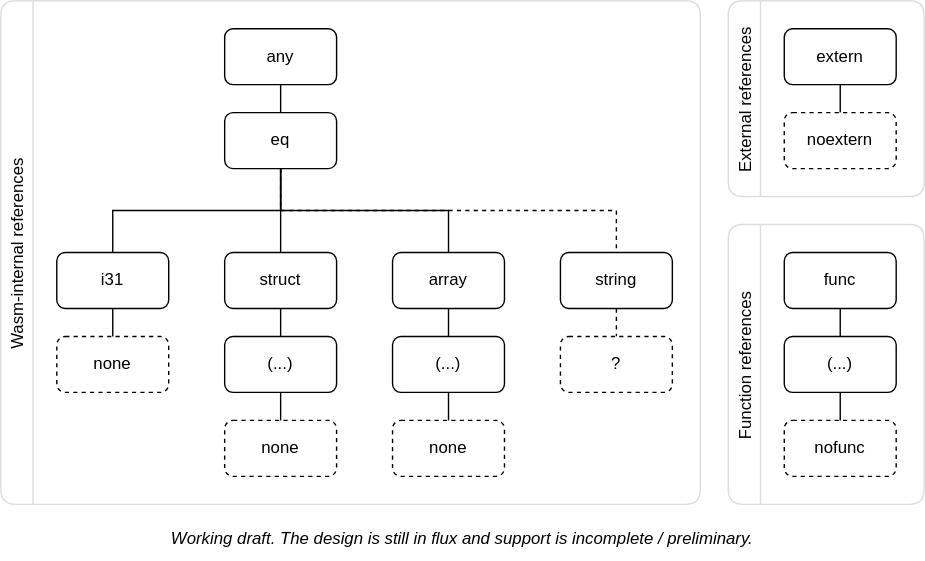
This is src/.vuepress/public/images/reference-hierarchy.svg from AssemblyScript/website, a draw.io export, as it was before one commit. Source tidied: cells renumbered, new cells last; positions are measured from the earlier drawing's top-left corner, leaving out a move shared by most shapes. Source of this version:
```xml
<mxGraphModel>
  <root>
    <mxCell id="0" />
    <mxCell id="1" parent="0" />
    <mxCell id="2" value="Wasm-internal references" style="swimlane;horizontal=0;fontStyle=0;startSize=23;strokeColor=#dddddd;perimeterSpacing=0;rounded=1;" parent="1" vertex="1">
      <mxGeometry width="500" height="360" as="geometry" />
    </mxCell>
    <mxCell id="3" value="any" style="rounded=1;whiteSpace=wrap;html=1;strokeWidth=1;" parent="2" vertex="1">
      <mxGeometry x="160" y="20" width="80" height="40" as="geometry" />
    </mxCell>
    <mxCell id="4" style="edgeStyle=orthogonalEdgeStyle;rounded=0;jettySize=auto;html=1;exitX=0.5;exitY=1;exitDx=0;exitDy=0;entryX=0.5;entryY=0;entryDx=0;entryDy=0;endArrow=none;endFill=0;dashed=1;" parent="2" edge="1" source="5" target="24">
      <mxGeometry relative="1" as="geometry" />
    </mxCell>
    <mxCell id="5" value="eq" style="rounded=1;whiteSpace=wrap;html=1;" parent="2" vertex="1">
      <mxGeometry x="160" y="80" width="80" height="40" as="geometry" />
    </mxCell>
    <mxCell id="6" style="edgeStyle=orthogonalEdgeStyle;rounded=0;jettySize=auto;html=1;exitX=0.5;exitY=1;exitDx=0;exitDy=0;entryX=0.5;entryY=0;entryDx=0;entryDy=0;endArrow=none;endFill=0;" parent="2" edge="1" source="3" target="5">
      <mxGeometry relative="1" as="geometry" />
    </mxCell>
    <mxCell id="7" value="i31" style="rounded=1;whiteSpace=wrap;html=1;" parent="2" vertex="1">
      <mxGeometry x="40" y="180" width="80" height="40" as="geometry" />
    </mxCell>
    <mxCell id="8" style="edgeStyle=orthogonalEdgeStyle;rounded=0;jettySize=auto;html=1;exitX=0.5;exitY=1;exitDx=0;exitDy=0;entryX=0.5;entryY=0;entryDx=0;entryDy=0;endArrow=none;endFill=0;" parent="2" edge="1" source="5" target="7">
      <mxGeometry relative="1" as="geometry" />
    </mxCell>
    <mxCell id="9" value="struct" style="rounded=1;whiteSpace=wrap;html=1;" parent="2" vertex="1">
      <mxGeometry x="160" y="180" width="80" height="40" as="geometry" />
    </mxCell>
    <mxCell id="10" style="edgeStyle=orthogonalEdgeStyle;rounded=0;jettySize=auto;html=1;exitX=0.5;exitY=1;exitDx=0;exitDy=0;entryX=0.5;entryY=0;entryDx=0;entryDy=0;endArrow=none;endFill=0;" parent="2" edge="1" source="5" target="9">
      <mxGeometry relative="1" as="geometry" />
    </mxCell>
    <mxCell id="11" value="array" style="rounded=1;whiteSpace=wrap;html=1;" parent="2" vertex="1">
      <mxGeometry x="280" y="180" width="80" height="40" as="geometry" />
    </mxCell>
    <mxCell id="12" style="edgeStyle=orthogonalEdgeStyle;rounded=0;jettySize=auto;html=1;exitX=0.5;exitY=1;exitDx=0;exitDy=0;entryX=0.5;entryY=0;entryDx=0;entryDy=0;endArrow=none;endFill=0;" parent="2" edge="1" source="5" target="11">
      <mxGeometry relative="1" as="geometry" />
    </mxCell>
    <mxCell id="13" value="none" style="rounded=1;whiteSpace=wrap;html=1;dashed=1;" parent="2" vertex="1">
      <mxGeometry x="40" y="240" width="80" height="40" as="geometry" />
    </mxCell>
    <mxCell id="14" style="edgeStyle=orthogonalEdgeStyle;rounded=0;jettySize=auto;html=1;exitX=0.5;exitY=1;exitDx=0;exitDy=0;entryX=0.5;entryY=0;entryDx=0;entryDy=0;endArrow=none;endFill=0;" parent="2" edge="1" source="7" target="13">
      <mxGeometry relative="1" as="geometry" />
    </mxCell>
    <mxCell id="15" value="(...)" style="rounded=1;whiteSpace=wrap;html=1;" parent="2" vertex="1">
      <mxGeometry x="160" y="240" width="80" height="40" as="geometry" />
    </mxCell>
    <mxCell id="16" style="edgeStyle=orthogonalEdgeStyle;rounded=0;jettySize=auto;html=1;exitX=0.5;exitY=1;exitDx=0;exitDy=0;entryX=0.5;entryY=0;entryDx=0;entryDy=0;endArrow=none;endFill=0;" parent="2" edge="1" source="9" target="15">
      <mxGeometry relative="1" as="geometry" />
    </mxCell>
    <mxCell id="17" value="none" style="rounded=1;whiteSpace=wrap;html=1;dashed=1;" parent="2" vertex="1">
      <mxGeometry x="160" y="300" width="80" height="40" as="geometry" />
    </mxCell>
    <mxCell id="18" style="edgeStyle=orthogonalEdgeStyle;rounded=0;jettySize=auto;html=1;exitX=0.5;exitY=1;exitDx=0;exitDy=0;entryX=0.5;entryY=0;entryDx=0;entryDy=0;endArrow=none;endFill=0;" parent="2" edge="1" source="15" target="17">
      <mxGeometry relative="1" as="geometry" />
    </mxCell>
    <mxCell id="19" value="(...)" style="rounded=1;whiteSpace=wrap;html=1;" parent="2" vertex="1">
      <mxGeometry x="280" y="240" width="80" height="40" as="geometry" />
    </mxCell>
    <mxCell id="20" style="edgeStyle=orthogonalEdgeStyle;rounded=0;jettySize=auto;html=1;exitX=0.5;exitY=1;exitDx=0;exitDy=0;entryX=0.5;entryY=0;entryDx=0;entryDy=0;endArrow=none;endFill=0;" parent="2" edge="1" source="11" target="19">
      <mxGeometry relative="1" as="geometry" />
    </mxCell>
    <mxCell id="21" value="none" style="rounded=1;whiteSpace=wrap;html=1;dashed=1;" parent="2" vertex="1">
      <mxGeometry x="280" y="300" width="80" height="40" as="geometry" />
    </mxCell>
    <mxCell id="22" style="edgeStyle=orthogonalEdgeStyle;rounded=0;jettySize=auto;html=1;exitX=0.5;exitY=1;exitDx=0;exitDy=0;entryX=0.5;entryY=0;entryDx=0;entryDy=0;endArrow=none;endFill=0;" parent="2" edge="1" source="19" target="21">
      <mxGeometry relative="1" as="geometry" />
    </mxCell>
    <mxCell id="23" style="edgeStyle=orthogonalEdgeStyle;rounded=0;jettySize=auto;html=1;exitX=0.5;exitY=1;exitDx=0;exitDy=0;entryX=0.5;entryY=0;entryDx=0;entryDy=0;endArrow=none;endFill=0;dashed=1;" parent="2" edge="1" source="24" target="25">
      <mxGeometry relative="1" as="geometry" />
    </mxCell>
    <mxCell id="24" value="string" style="rounded=1;whiteSpace=wrap;html=1;strokeWidth=1;" parent="2" vertex="1">
      <mxGeometry x="400" y="180" width="80" height="40" as="geometry" />
    </mxCell>
    <mxCell id="25" value="?" style="rounded=1;whiteSpace=wrap;html=1;dashed=1;" parent="2" vertex="1">
      <mxGeometry x="400" y="240" width="80" height="40" as="geometry" />
    </mxCell>
    <mxCell id="26" value="External references" style="swimlane;horizontal=0;fontStyle=0;strokeColor=#dddddd;rounded=1;" parent="1" vertex="1">
      <mxGeometry x="520" width="140" height="140" as="geometry" />
    </mxCell>
    <mxCell id="27" value="extern" style="rounded=1;whiteSpace=wrap;html=1;strokeWidth=1;" parent="26" vertex="1">
      <mxGeometry x="40" y="20" width="80" height="40" as="geometry" />
    </mxCell>
    <mxCell id="28" value="noextern" style="rounded=1;whiteSpace=wrap;html=1;dashed=1;" parent="26" vertex="1">
      <mxGeometry x="40" y="80" width="80" height="40" as="geometry" />
    </mxCell>
    <mxCell id="29" style="edgeStyle=orthogonalEdgeStyle;rounded=0;jettySize=auto;html=1;exitX=0.5;exitY=1;exitDx=0;exitDy=0;entryX=0.5;entryY=0;entryDx=0;entryDy=0;endArrow=none;endFill=0;" parent="26" edge="1" source="27" target="28">
      <mxGeometry relative="1" as="geometry" />
    </mxCell>
    <mxCell id="30" value="Function references" style="swimlane;horizontal=0;fontStyle=0;strokeColor=#dddddd;rounded=1;" parent="1" vertex="1">
      <mxGeometry x="520" y="160" width="140" height="200" as="geometry" />
    </mxCell>
    <mxCell id="31" value="func" style="rounded=1;whiteSpace=wrap;html=1;strokeWidth=1;" parent="30" vertex="1">
      <mxGeometry x="40" y="20" width="80" height="40" as="geometry" />
    </mxCell>
    <mxCell id="32" value="(...)" style="rounded=1;whiteSpace=wrap;html=1;" parent="30" vertex="1">
      <mxGeometry x="40" y="80" width="80" height="40" as="geometry" />
    </mxCell>
    <mxCell id="33" style="edgeStyle=orthogonalEdgeStyle;rounded=0;jettySize=auto;html=1;exitX=0.5;exitY=1;exitDx=0;exitDy=0;entryX=0.5;entryY=0;entryDx=0;entryDy=0;endArrow=none;endFill=0;" parent="30" edge="1" source="31" target="32">
      <mxGeometry relative="1" as="geometry" />
    </mxCell>
    <mxCell id="34" value="nofunc" style="rounded=1;whiteSpace=wrap;html=1;dashed=1;" parent="30" vertex="1">
      <mxGeometry x="40" y="140" width="80" height="40" as="geometry" />
    </mxCell>
    <mxCell id="35" style="edgeStyle=orthogonalEdgeStyle;rounded=0;jettySize=auto;html=1;exitX=0.5;exitY=1;exitDx=0;exitDy=0;entryX=0.5;entryY=0;entryDx=0;entryDy=0;endArrow=none;endFill=0;" parent="30" edge="1" source="32" target="34">
      <mxGeometry relative="1" as="geometry" />
    </mxCell>
    <mxCell id="36" value="Working draft. The design is still in flux and support is incomplete / preliminary." style="text;html=1;strokeColor=none;fillColor=none;align=center;verticalAlign=middle;whiteSpace=wrap;rounded=0;strokeWidth=1;fontStyle=2;" parent="1" vertex="1">
      <mxGeometry y="370" width="660" height="30" as="geometry" />
    </mxCell>
  </root>
</mxGraphModel>
```
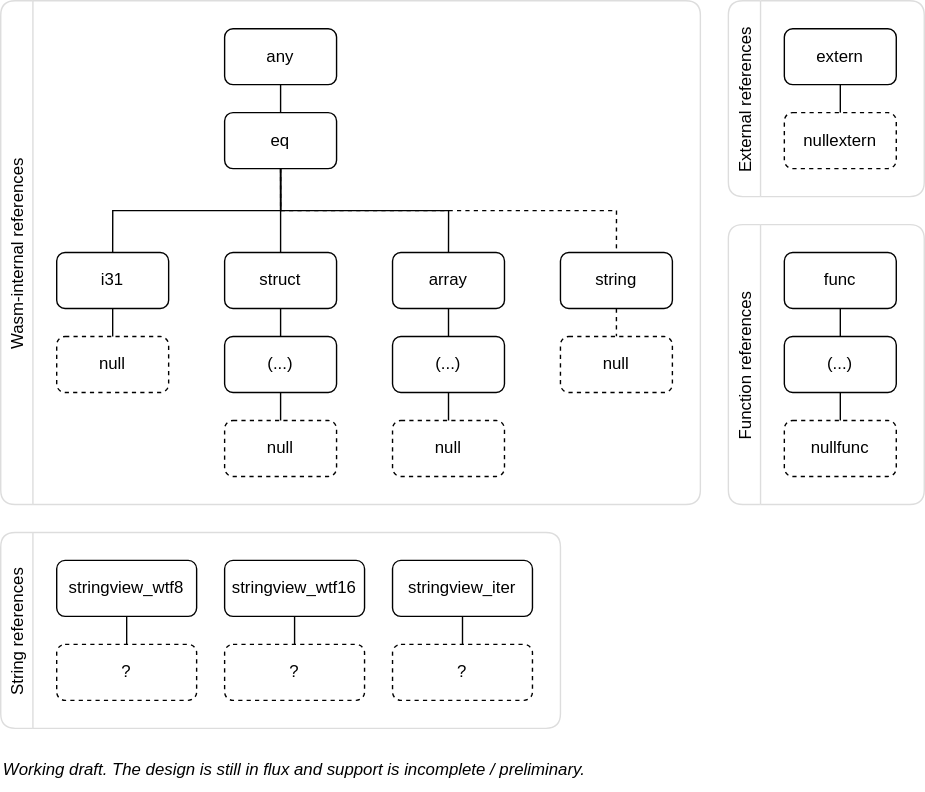
After the commit.

Commit message:
update notation and anticipated hierarchy

What changed in the source:
```diff
@@ -35,7 +35,7 @@
     <mxCell id="12" style="edgeStyle=orthogonalEdgeStyle;rounded=0;jettySize=auto;html=1;exitX=0.5;exitY=1;exitDx=0;exitDy=0;entryX=0.5;entryY=0;entryDx=0;entryDy=0;endArrow=none;endFill=0;" parent="2" edge="1" source="5" target="11">
       <mxGeometry relative="1" as="geometry" />
     </mxCell>
-    <mxCell id="13" value="none" style="rounded=1;whiteSpace=wrap;html=1;dashed=1;" parent="2" vertex="1">
+    <mxCell id="13" value="null" style="rounded=1;whiteSpace=wrap;html=1;dashed=1;" parent="2" vertex="1">
       <mxGeometry x="40" y="240" width="80" height="40" as="geometry" />
     </mxCell>
     <mxCell id="14" style="edgeStyle=orthogonalEdgeStyle;rounded=0;jettySize=auto;html=1;exitX=0.5;exitY=1;exitDx=0;exitDy=0;entryX=0.5;entryY=0;entryDx=0;entryDy=0;endArrow=none;endFill=0;" parent="2" edge="1" source="7" target="13">
@@ -47,7 +47,7 @@
     <mxCell id="16" style="edgeStyle=orthogonalEdgeStyle;rounded=0;jettySize=auto;html=1;exitX=0.5;exitY=1;exitDx=0;exitDy=0;entryX=0.5;entryY=0;entryDx=0;entryDy=0;endArrow=none;endFill=0;" parent="2" edge="1" source="9" target="15">
       <mxGeometry relative="1" as="geometry" />
     </mxCell>
-    <mxCell id="17" value="none" style="rounded=1;whiteSpace=wrap;html=1;dashed=1;" parent="2" vertex="1">
+    <mxCell id="17" value="null" style="rounded=1;whiteSpace=wrap;html=1;dashed=1;" parent="2" vertex="1">
       <mxGeometry x="160" y="300" width="80" height="40" as="geometry" />
     </mxCell>
     <mxCell id="18" style="edgeStyle=orthogonalEdgeStyle;rounded=0;jettySize=auto;html=1;exitX=0.5;exitY=1;exitDx=0;exitDy=0;entryX=0.5;entryY=0;entryDx=0;entryDy=0;endArrow=none;endFill=0;" parent="2" edge="1" source="15" target="17">
@@ -59,7 +59,7 @@
     <mxCell id="20" style="edgeStyle=orthogonalEdgeStyle;rounded=0;jettySize=auto;html=1;exitX=0.5;exitY=1;exitDx=0;exitDy=0;entryX=0.5;entryY=0;entryDx=0;entryDy=0;endArrow=none;endFill=0;" parent="2" edge="1" source="11" target="19">
       <mxGeometry relative="1" as="geometry" />
     </mxCell>
-    <mxCell id="21" value="none" style="rounded=1;whiteSpace=wrap;html=1;dashed=1;" parent="2" vertex="1">
+    <mxCell id="21" value="null" style="rounded=1;whiteSpace=wrap;html=1;dashed=1;" parent="2" vertex="1">
       <mxGeometry x="280" y="300" width="80" height="40" as="geometry" />
     </mxCell>
     <mxCell id="22" style="edgeStyle=orthogonalEdgeStyle;rounded=0;jettySize=auto;html=1;exitX=0.5;exitY=1;exitDx=0;exitDy=0;entryX=0.5;entryY=0;entryDx=0;entryDy=0;endArrow=none;endFill=0;" parent="2" edge="1" source="19" target="21">
@@ -71,7 +71,7 @@
     <mxCell id="24" value="string" style="rounded=1;whiteSpace=wrap;html=1;strokeWidth=1;" parent="2" vertex="1">
       <mxGeometry x="400" y="180" width="80" height="40" as="geometry" />
     </mxCell>
-    <mxCell id="25" value="?" style="rounded=1;whiteSpace=wrap;html=1;dashed=1;" parent="2" vertex="1">
+    <mxCell id="25" value="null" style="rounded=1;whiteSpace=wrap;html=1;dashed=1;" parent="2" vertex="1">
       <mxGeometry x="400" y="240" width="80" height="40" as="geometry" />
     </mxCell>
     <mxCell id="26" value="External references" style="swimlane;horizontal=0;fontStyle=0;strokeColor=#dddddd;rounded=1;" parent="1" vertex="1">
@@ -80,7 +80,7 @@
     <mxCell id="27" value="extern" style="rounded=1;whiteSpace=wrap;html=1;strokeWidth=1;" parent="26" vertex="1">
       <mxGeometry x="40" y="20" width="80" height="40" as="geometry" />
     </mxCell>
-    <mxCell id="28" value="noextern" style="rounded=1;whiteSpace=wrap;html=1;dashed=1;" parent="26" vertex="1">
+    <mxCell id="28" value="nullextern" style="rounded=1;whiteSpace=wrap;html=1;dashed=1;" parent="26" vertex="1">
       <mxGeometry x="40" y="80" width="80" height="40" as="geometry" />
     </mxCell>
     <mxCell id="29" style="edgeStyle=orthogonalEdgeStyle;rounded=0;jettySize=auto;html=1;exitX=0.5;exitY=1;exitDx=0;exitDy=0;entryX=0.5;entryY=0;entryDx=0;entryDy=0;endArrow=none;endFill=0;" parent="26" edge="1" source="27" target="28">
@@ -98,14 +98,44 @@
     <mxCell id="33" style="edgeStyle=orthogonalEdgeStyle;rounded=0;jettySize=auto;html=1;exitX=0.5;exitY=1;exitDx=0;exitDy=0;entryX=0.5;entryY=0;entryDx=0;entryDy=0;endArrow=none;endFill=0;" parent="30" edge="1" source="31" target="32">
       <mxGeometry relative="1" as="geometry" />
     </mxCell>
-    <mxCell id="34" value="nofunc" style="rounded=1;whiteSpace=wrap;html=1;dashed=1;" parent="30" vertex="1">
+    <mxCell id="34" value="nullfunc" style="rounded=1;whiteSpace=wrap;html=1;dashed=1;" parent="30" vertex="1">
       <mxGeometry x="40" y="140" width="80" height="40" as="geometry" />
     </mxCell>
     <mxCell id="35" style="edgeStyle=orthogonalEdgeStyle;rounded=0;jettySize=auto;html=1;exitX=0.5;exitY=1;exitDx=0;exitDy=0;entryX=0.5;entryY=0;entryDx=0;entryDy=0;endArrow=none;endFill=0;" parent="30" edge="1" source="32" target="34">
       <mxGeometry relative="1" as="geometry" />
     </mxCell>
-    <mxCell id="36" value="Working draft. The design is still in flux and support is incomplete / preliminary." style="text;html=1;strokeColor=none;fillColor=none;align=center;verticalAlign=middle;whiteSpace=wrap;rounded=0;strokeWidth=1;fontStyle=2;" parent="1" vertex="1">
-      <mxGeometry y="370" width="660" height="30" as="geometry" />
+    <mxCell id="36" value="Working draft. The design is still in flux and support is incomplete / preliminary." style="text;html=1;strokeColor=none;fillColor=none;align=left;verticalAlign=middle;whiteSpace=wrap;rounded=0;strokeWidth=1;fontStyle=2;" parent="1" vertex="1">
+      <mxGeometry y="535" width="660" height="30" as="geometry" />
     </mxCell>
+    <mxCell id="37" value="String references" style="swimlane;horizontal=0;fontStyle=0;strokeColor=#dddddd;rounded=1;" parent="1" vertex="1">
+      <mxGeometry y="380" width="400" height="140" as="geometry" />
+    </mxCell>
+    <mxCell id="38" value="stringview_wtf8" style="rounded=1;whiteSpace=wrap;html=1;strokeWidth=1;" parent="37" vertex="1">
+      <mxGeometry x="40" y="20" width="100" height="40" as="geometry" />
+    </mxCell>
+    <mxCell id="39" value="?" style="rounded=1;whiteSpace=wrap;html=1;dashed=1;" parent="37" vertex="1">
+      <mxGeometry x="40" y="80" width="100" height="40" as="geometry" />
+    </mxCell>
+    <mxCell id="40" style="edgeStyle=orthogonalEdgeStyle;rounded=0;jettySize=auto;html=1;exitX=0.5;exitY=1;exitDx=0;exitDy=0;entryX=0.5;entryY=0;entryDx=0;entryDy=0;endArrow=none;endFill=0;" parent="37" edge="1" source="38" target="39">
+      <mxGeometry relative="1" as="geometry" />
+    </mxCell>
+    <mxCell id="41" style="edgeStyle=orthogonalEdgeStyle;rounded=0;jettySize=auto;html=1;exitX=0.5;exitY=1;exitDx=0;exitDy=0;entryX=0.5;entryY=0;entryDx=0;entryDy=0;strokeColor=default;endArrow=none;endFill=0;" parent="37" edge="1" source="42" target="43">
+      <mxGeometry relative="1" as="geometry" />
+    </mxCell>
+    <mxCell id="42" value="stringview_wtf16" style="rounded=1;whiteSpace=wrap;html=1;strokeWidth=1;" parent="37" vertex="1">
+      <mxGeometry x="160" y="20" width="100" height="40" as="geometry" />
+    </mxCell>
+    <mxCell id="43" value="?" style="rounded=1;whiteSpace=wrap;html=1;dashed=1;" parent="37" vertex="1">
+      <mxGeometry x="160" y="80" width="100" height="40" as="geometry" />
+    </mxCell>
+    <mxCell id="44" style="edgeStyle=orthogonalEdgeStyle;rounded=0;jettySize=auto;html=1;exitX=0.5;exitY=1;exitDx=0;exitDy=0;entryX=0.5;entryY=0;entryDx=0;entryDy=0;endArrow=none;endFill=0;" parent="37" edge="1" source="45" target="46">
+      <mxGeometry relative="1" as="geometry" />
+    </mxCell>
+    <mxCell id="45" value="stringview_iter" style="rounded=1;whiteSpace=wrap;html=1;strokeWidth=1;" parent="37" vertex="1">
+      <mxGeometry x="280" y="20" width="100" height="40" as="geometry" />
+    </mxCell>
+    <mxCell id="46" value="?" style="rounded=1;whiteSpace=wrap;html=1;dashed=1;" parent="37" vertex="1">
+      <mxGeometry x="280" y="80" width="100" height="40" as="geometry" />
+    </mxCell>
   </root>
 </mxGraphModel>
```
